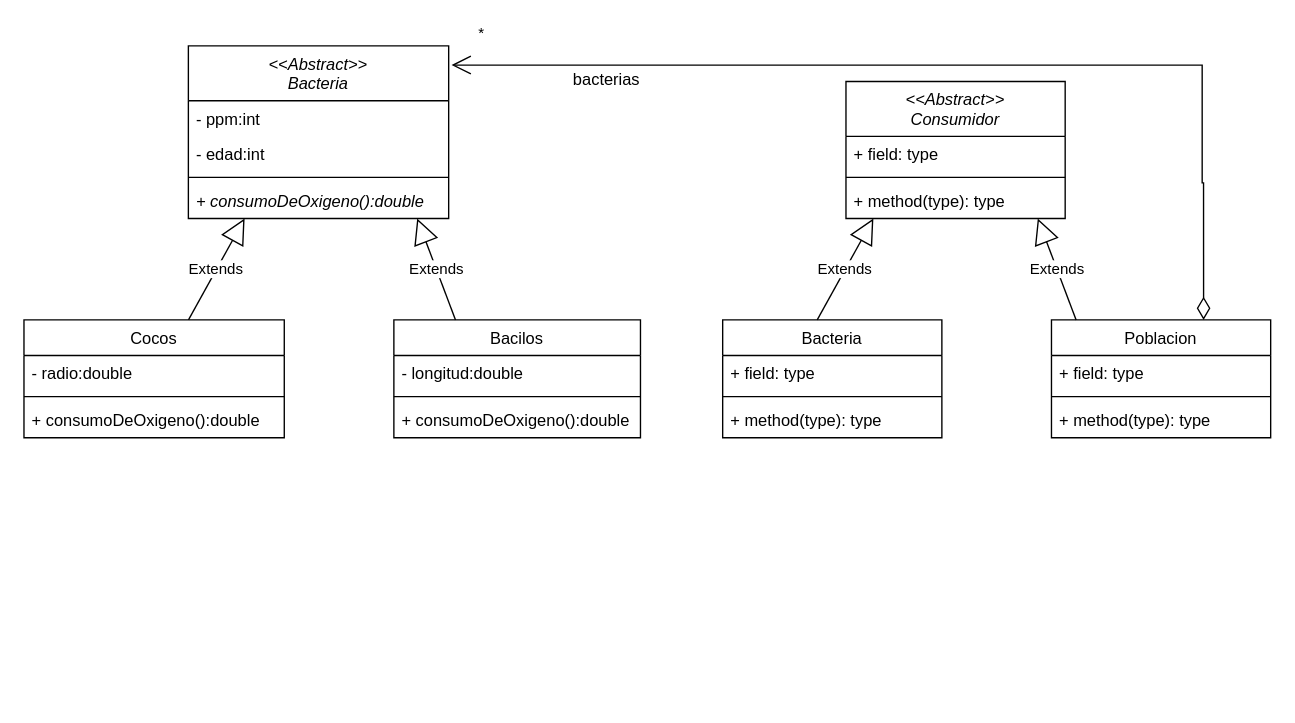
This is unq-po2-Parcial-1eraFecha-2019-Microbiologia.drawio from nhubczyk/Diagramas-UML, a draw.io file, before an edit. Source tidied: cells renumbered, new cells numbered last; positions are measured from the earlier drawing's top-left corner, leaving out a move shared by most shapes. Both pictures are drawn from the tidied source at 137%, with x=0, y=0 at pixel (23, 45).
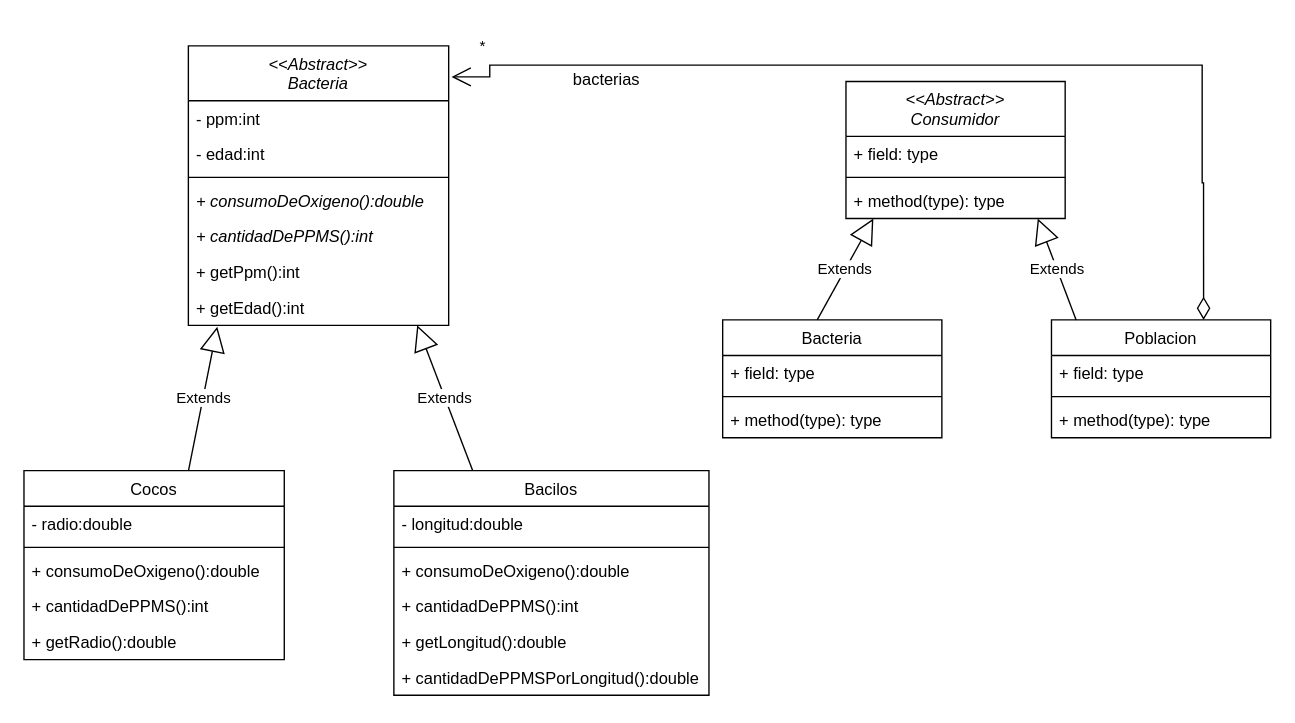
The same diagram, later.

Unchanged cells that the change refers to:
```xml
<mxCell id="6" value="+ consumoDeOxigeno():double" style="text;strokeColor=none;fillColor=none;align=left;verticalAlign=top;spacingLeft=4;spacingRight=4;overflow=hidden;points=[[0,0.5],[1,0.5]];portConstraint=eastwest;fontStyle=2;" parent="2" vertex="1">
  <mxGeometry y="100" width="190" height="26" as="geometry" />
</mxCell>
<mxCell id="25" value="Poblacion" style="swimlane;fontStyle=0;align=center;verticalAlign=top;horizontal=1;startSize=26;" parent="1" vertex="1">
  <mxGeometry x="750" y="200" width="160" height="86" as="geometry" />
</mxCell>
```

What changed in the source:
```diff
@@
     <mxCell id="2" value="&lt;&lt;Abstract&gt;&gt;&#10;Bacteria" style="swimlane;fontStyle=2;align=center;verticalAlign=top;horizontal=1;startSize=40;" parent="1" vertex="1">
-      <mxGeometry x="120" width="190" height="126" as="geometry" />
+      <mxGeometry x="120" width="190" height="204" as="geometry" />
     </mxCell>
@@
+    <mxCell id="33" value="+ cantidadDePPMS():int" style="text;strokeColor=none;fillColor=none;align=left;verticalAlign=top;spacingLeft=4;spacingRight=4;overflow=hidden;fontStyle=2;" parent="2" vertex="1">
+      <mxGeometry y="126" width="190" height="26" as="geometry" />
+    </mxCell>
+    <mxCell id="34" value="+ getPpm():int" style="text;strokeColor=none;fillColor=none;align=left;verticalAlign=top;spacingLeft=4;spacingRight=4;overflow=hidden;fontStyle=0;" parent="2" vertex="1">
+      <mxGeometry y="152" width="190" height="26" as="geometry" />
+    </mxCell>
+    <mxCell id="35" value="+ getEdad():int" style="text;strokeColor=none;fillColor=none;align=left;verticalAlign=top;spacingLeft=4;spacingRight=4;overflow=hidden;points=[[0,0.5],[1,0.5]];portConstraint=eastwest;fontStyle=0;" parent="2" vertex="1">
+      <mxGeometry y="178" width="190" height="26" as="geometry" />
+    </mxCell>
     <mxCell id="7" value="Cocos" style="swimlane;fontStyle=0;align=center;verticalAlign=top;horizontal=1;startSize=26;" parent="1" vertex="1">
-      <mxGeometry y="200" width="190" height="86" as="geometry" />
+      <mxGeometry y="310" width="190" height="138" as="geometry" />
     </mxCell>
@@
+    <mxCell id="36" value="+ cantidadDePPMS():int" style="text;strokeColor=none;fillColor=none;align=left;verticalAlign=top;spacingLeft=4;spacingRight=4;overflow=hidden;fontStyle=0;" parent="7" vertex="1">
+      <mxGeometry y="86" width="190" height="26" as="geometry" />
+    </mxCell>
+    <mxCell id="37" value="+ getRadio():double" style="text;strokeColor=none;fillColor=none;align=left;verticalAlign=top;spacingLeft=4;spacingRight=4;overflow=hidden;fontStyle=0;" parent="7" vertex="1">
+      <mxGeometry y="112" width="190" height="26" as="geometry" />
+    </mxCell>
     <mxCell id="11" value="Bacilos" style="swimlane;fontStyle=0;align=center;verticalAlign=top;horizontal=1;startSize=26;" parent="1" vertex="1">
-      <mxGeometry x="270" y="200" width="180" height="86" as="geometry" />
+      <mxGeometry x="270" y="310" width="230" height="164" as="geometry" />
     </mxCell>
     <mxCell id="12" value="- longitud:double" style="text;strokeColor=none;fillColor=none;align=left;verticalAlign=top;spacingLeft=4;spacingRight=4;overflow=hidden;" parent="11" vertex="1">
-      <mxGeometry y="26" width="180" height="26" as="geometry" />
+      <mxGeometry y="26" width="230" height="26" as="geometry" />
     </mxCell>
     <mxCell id="13" style="line;strokeWidth=1;fillColor=none;align=left;verticalAlign=middle;spacingTop=-1;spacingLeft=3;spacingRight=3;labelPosition=right;strokeColor=inherit;" parent="11" vertex="1">
-      <mxGeometry y="52" width="180" height="8" as="geometry" />
+      <mxGeometry y="52" width="230" height="8" as="geometry" />
     </mxCell>
     <mxCell id="14" value="+ consumoDeOxigeno():double" style="text;strokeColor=none;fillColor=none;align=left;verticalAlign=top;spacingLeft=4;spacingRight=4;overflow=hidden;fontStyle=0;" parent="11" vertex="1">
-      <mxGeometry y="60" width="180" height="26" as="geometry" />
+      <mxGeometry y="60" width="230" height="26" as="geometry" />
     </mxCell>
+    <mxCell id="38" value="+ cantidadDePPMS():int" style="text;strokeColor=none;fillColor=none;align=left;verticalAlign=top;spacingLeft=4;spacingRight=4;overflow=hidden;fontStyle=0;" parent="11" vertex="1">
+      <mxGeometry y="86" width="230" height="26" as="geometry" />
+    </mxCell>
+    <mxCell id="39" value="+ getLongitud():double" style="text;strokeColor=none;fillColor=none;align=left;verticalAlign=top;spacingLeft=4;spacingRight=4;overflow=hidden;fontStyle=0;" parent="11" vertex="1">
+      <mxGeometry y="112" width="230" height="26" as="geometry" />
+    </mxCell>
+    <mxCell id="40" value="+ cantidadDePPMSPorLongitud():double" style="text;strokeColor=none;fillColor=none;align=left;verticalAlign=top;spacingLeft=4;spacingRight=4;overflow=hidden;fontStyle=0;" parent="11" vertex="1">
+      <mxGeometry y="138" width="230" height="26" as="geometry" />
+    </mxCell>
-    <mxCell id="15" value="Extends" style="endArrow=block;endSize=16;endFill=0;html=1;rounded=0;exitX=0.632;exitY=0;exitDx=0;exitDy=0;exitPerimeter=0;entryX=0.216;entryY=1;entryDx=0;entryDy=0;entryPerimeter=0;" parent="1" edge="1" source="7" target="6">
+    <mxCell id="15" value="Extends" style="endArrow=block;endSize=16;endFill=0;html=1;rounded=0;exitX=0.632;exitY=0;exitDx=0;exitDy=0;exitPerimeter=0;entryX=0.111;entryY=1.038;entryDx=0;entryDy=0;entryPerimeter=0;" parent="1" edge="1" source="7" target="35">
       <mxGeometry relative="1" as="geometry" />
     </mxCell>
-    <mxCell id="16" value="Extends" style="endArrow=block;endSize=16;endFill=0;html=1;rounded=0;exitX=0.25;exitY=0;exitDx=0;exitDy=0;entryX=0.879;entryY=1;entryDx=0;entryDy=0;entryPerimeter=0;" parent="1" edge="1" source="11" target="6">
+    <mxCell id="16" value="Extends" style="endArrow=block;endSize=16;endFill=0;html=1;rounded=0;exitX=0.25;exitY=0;exitDx=0;exitDy=0;entryX=0.879;entryY=1;entryDx=0;entryDy=0;entryPerimeter=0;" parent="1" edge="1" source="11" target="35">
       <mxGeometry relative="1" as="geometry" />
     </mxCell>
@@
     <mxCell id="31" value="*" style="endArrow=open;html=1;endSize=12;startArrow=diamondThin;startSize=14;startFill=0;edgeStyle=orthogonalEdgeStyle;align=left;verticalAlign=bottom;rounded=0;exitX=0.694;exitY=0;exitDx=0;exitDy=0;exitPerimeter=0;entryX=1.011;entryY=0.111;entryDx=0;entryDy=0;entryPerimeter=0;" parent="1" edge="1" source="25" target="2">
       <mxGeometry x="0.95" y="-14" relative="1" as="geometry">
         <Array as="points">
           <mxPoint x="861" y="100" />
           <mxPoint x="860" y="100" />
           <mxPoint x="860" y="14" />
+          <mxPoint x="340" y="14" />
+          <mxPoint x="340" y="23" />
         </Array>
       </mxGeometry>
     </mxCell>
```
